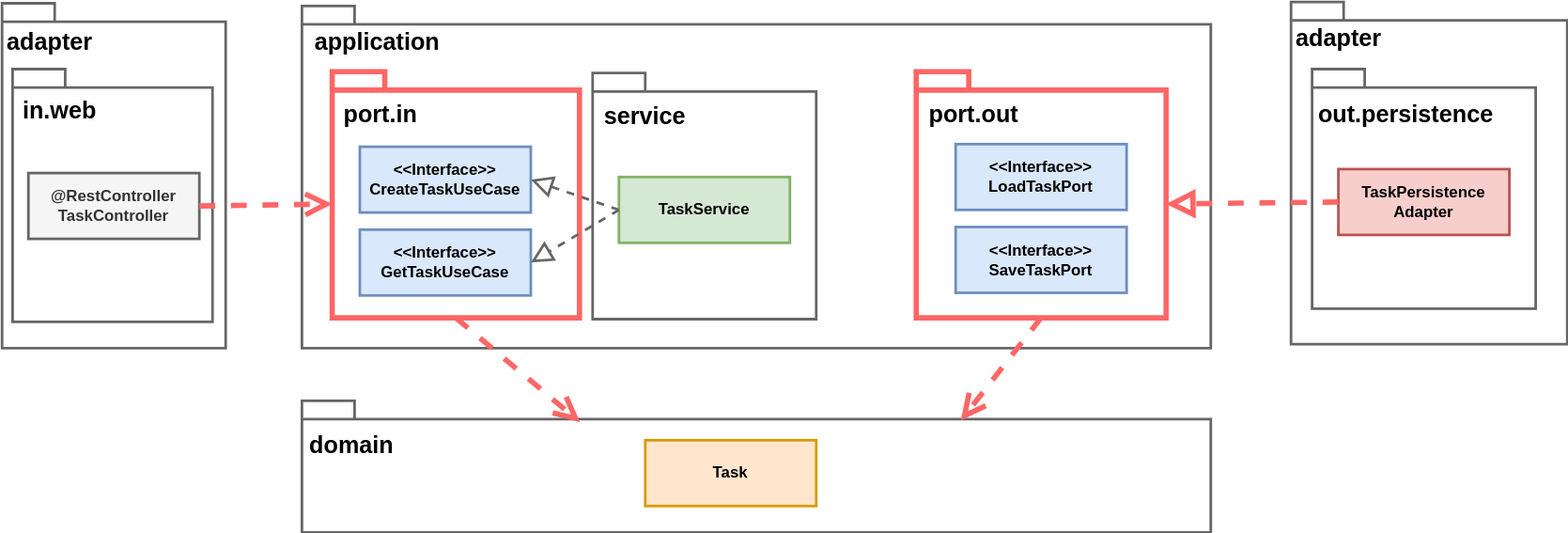
Above: src/img/blogs/2025/1208_hexagonal_four_questions/04_hexagonal.drawio.svg in mamezou-tech/mamezou-tech-site (draw.io), before the change. Source tidied: cells renumbered, new cells last; positions are measured from the earlier drawing's top-left corner, leaving out a move shared by most shapes. The source it was exported from:
```xml
<mxGraphModel>
  <root>
    <mxCell id="0" />
    <mxCell id="1" parent="0" />
    <mxCell id="2" style="shape=folder;fontStyle=1;spacingTop=10;tabWidth=40;tabHeight=14;tabPosition=left;html=1;whiteSpace=wrap;labelPosition=left;verticalLabelPosition=top;align=right;verticalAlign=bottom;strokeWidth=2;strokeColor=#666666;" parent="1" vertex="1">
      <mxGeometry x="980" width="210" height="260" as="geometry" />
    </mxCell>
    <mxCell id="3" style="shape=folder;fontStyle=1;spacingTop=10;tabWidth=40;tabHeight=14;tabPosition=left;html=1;whiteSpace=wrap;labelPosition=left;verticalLabelPosition=top;align=right;verticalAlign=bottom;strokeWidth=2;strokeColor=#666666;" parent="1" vertex="1">
      <mxGeometry x="228" y="3" width="691" height="260" as="geometry" />
    </mxCell>
    <mxCell id="4" style="shape=folder;fontStyle=1;spacingTop=10;tabWidth=40;tabHeight=14;tabPosition=left;html=1;whiteSpace=wrap;labelPosition=left;verticalLabelPosition=top;align=right;verticalAlign=bottom;strokeWidth=4;strokeColor=#FF6666;" parent="1" vertex="1">
      <mxGeometry x="251" y="53" width="188" height="187" as="geometry" />
    </mxCell>
    <mxCell id="5" value="&lt;div&gt;&amp;lt;&amp;lt;Interface&amp;gt;&amp;gt;&lt;/div&gt;CreateTaskUseCase" style="html=1;whiteSpace=wrap;fillColor=#dae8fc;strokeColor=#6c8ebf;strokeWidth=2;fontStyle=1;" parent="1" vertex="1">
      <mxGeometry x="272" y="110" width="130" height="50" as="geometry" />
    </mxCell>
    <mxCell id="6" value="&lt;div&gt;&amp;lt;&amp;lt;Interface&amp;gt;&amp;gt;&lt;/div&gt;GetTaskUseCase" style="html=1;whiteSpace=wrap;fillColor=#dae8fc;strokeColor=#6c8ebf;strokeWidth=2;fontStyle=1;" parent="1" vertex="1">
      <mxGeometry x="272" y="173" width="130" height="50" as="geometry" />
    </mxCell>
    <mxCell id="7" value="port.in" style="text;html=1;align=center;verticalAlign=middle;whiteSpace=wrap;rounded=0;fontSize=18;fontStyle=1;" parent="1" vertex="1">
      <mxGeometry x="258" y="71" width="60" height="30" as="geometry" />
    </mxCell>
    <mxCell id="8" value="application" style="text;html=1;align=left;verticalAlign=middle;whiteSpace=wrap;rounded=0;fontSize=18;fontStyle=1;" parent="1" vertex="1">
      <mxGeometry x="236" y="16" width="60" height="30" as="geometry" />
    </mxCell>
    <mxCell id="9" style="shape=folder;fontStyle=1;spacingTop=10;tabWidth=40;tabHeight=14;tabPosition=left;html=1;whiteSpace=wrap;labelPosition=left;verticalLabelPosition=top;align=right;verticalAlign=bottom;strokeWidth=4;strokeColor=#FF6666;" parent="1" vertex="1">
      <mxGeometry x="695" y="53" width="190" height="187" as="geometry" />
    </mxCell>
    <mxCell id="10" value="&lt;div&gt;&amp;lt;&amp;lt;Interface&amp;gt;&amp;gt;&lt;/div&gt;&lt;div&gt;LoadTaskPort&lt;/div&gt;" style="html=1;whiteSpace=wrap;fillColor=#dae8fc;strokeColor=#6c8ebf;strokeWidth=2;fontStyle=1;" parent="1" vertex="1">
      <mxGeometry x="725" y="108" width="130" height="50" as="geometry" />
    </mxCell>
    <mxCell id="11" value="&lt;div&gt;&amp;lt;&amp;lt;Interface&amp;gt;&amp;gt;&lt;/div&gt;&lt;div&gt;SaveTaskPort&lt;/div&gt;" style="html=1;whiteSpace=wrap;fillColor=#dae8fc;strokeColor=#6c8ebf;strokeWidth=2;fontStyle=1;" parent="1" vertex="1">
      <mxGeometry x="725" y="171" width="130" height="50" as="geometry" />
    </mxCell>
    <mxCell id="12" value="port.out" style="text;html=1;align=left;verticalAlign=middle;whiteSpace=wrap;rounded=0;fontSize=18;fontStyle=1;" parent="1" vertex="1">
      <mxGeometry x="703" y="71" width="60" height="30" as="geometry" />
    </mxCell>
    <mxCell id="13" style="shape=folder;fontStyle=1;spacingTop=10;tabWidth=40;tabHeight=14;tabPosition=left;html=1;whiteSpace=wrap;labelPosition=left;verticalLabelPosition=top;align=right;verticalAlign=bottom;strokeWidth=2;strokeColor=#666666;" parent="1" vertex="1">
      <mxGeometry x="449" y="54" width="170" height="187" as="geometry" />
    </mxCell>
    <mxCell id="14" value="TaskService&lt;div&gt;&lt;/div&gt;" style="html=1;whiteSpace=wrap;fillColor=#d5e8d4;strokeColor=#82b366;strokeWidth=2;fontStyle=1;" parent="1" vertex="1">
      <mxGeometry x="469" y="133" width="130" height="50" as="geometry" />
    </mxCell>
    <mxCell id="15" style="endArrow=block;dashed=1;endFill=0;endSize=12;html=1;entryX=1;entryY=0.5;entryDx=0;entryDy=0;exitX=0;exitY=0.5;exitDx=0;exitDy=0;strokeColor=#666666;strokeWidth=2;" parent="1" edge="1" source="14" target="5">
      <mxGeometry relative="1" as="geometry" />
    </mxCell>
    <mxCell id="16" style="endArrow=block;dashed=1;endFill=0;endSize=12;html=1;entryX=1;entryY=0.5;entryDx=0;entryDy=0;exitX=0;exitY=0.5;exitDx=0;exitDy=0;strokeColor=#666666;strokeWidth=2;" parent="1" edge="1" source="14" target="6">
      <mxGeometry relative="1" as="geometry" />
    </mxCell>
    <mxCell id="17" value="service" style="text;html=1;align=center;verticalAlign=middle;whiteSpace=wrap;rounded=0;fontSize=18;fontStyle=1;" parent="1" vertex="1">
      <mxGeometry x="459" y="72" width="60" height="30" as="geometry" />
    </mxCell>
    <mxCell id="18" style="shape=folder;fontStyle=1;spacingTop=10;tabWidth=40;tabHeight=14;tabPosition=left;html=1;whiteSpace=wrap;labelPosition=left;verticalLabelPosition=top;align=right;verticalAlign=bottom;strokeWidth=2;strokeColor=#666666;" parent="1" vertex="1">
      <mxGeometry y="1" width="170" height="262" as="geometry" />
    </mxCell>
    <mxCell id="19" style="shape=folder;fontStyle=1;spacingTop=10;tabWidth=40;tabHeight=14;tabPosition=left;html=1;whiteSpace=wrap;labelPosition=left;verticalLabelPosition=top;align=right;verticalAlign=bottom;strokeWidth=2;strokeColor=#666666;" parent="1" vertex="1">
      <mxGeometry x="8" y="51" width="152" height="192" as="geometry" />
    </mxCell>
    <mxCell id="20" value="in.web" style="text;html=1;align=left;verticalAlign=middle;whiteSpace=wrap;rounded=0;fontSize=18;fontStyle=1;" parent="1" vertex="1">
      <mxGeometry x="14" y="68" width="60" height="30" as="geometry" />
    </mxCell>
    <mxCell id="21" value="&lt;div&gt;@RestController&lt;/div&gt;TaskController&lt;div&gt;&lt;/div&gt;" style="html=1;whiteSpace=wrap;fillColor=#f5f5f5;strokeColor=#666666;strokeWidth=2;fontStyle=1;fontColor=#333333;" parent="1" vertex="1">
      <mxGeometry x="20" y="130" width="130" height="50" as="geometry" />
    </mxCell>
    <mxCell id="22" value="adapter" style="text;html=1;align=left;verticalAlign=middle;whiteSpace=wrap;rounded=0;fontSize=18;fontStyle=1;" parent="1" vertex="1">
      <mxGeometry x="2" y="16" width="60" height="30" as="geometry" />
    </mxCell>
    <mxCell id="23" style="shape=folder;fontStyle=1;spacingTop=10;tabWidth=40;tabHeight=14;tabPosition=left;html=1;whiteSpace=wrap;labelPosition=left;verticalLabelPosition=top;align=right;verticalAlign=bottom;strokeWidth=2;strokeColor=#666666;" parent="1" vertex="1">
      <mxGeometry x="996" y="51" width="170" height="182" as="geometry" />
    </mxCell>
    <mxCell id="24" value="out.persistence" style="text;html=1;align=left;verticalAlign=middle;whiteSpace=wrap;rounded=0;fontSize=18;fontStyle=1;" parent="1" vertex="1">
      <mxGeometry x="999" y="71" width="60" height="30" as="geometry" />
    </mxCell>
    <mxCell id="25" value="TaskPersistence&lt;div&gt;&lt;/div&gt;&lt;div&gt;&lt;/div&gt;&lt;div&gt;Adapter&lt;/div&gt;" style="html=1;whiteSpace=wrap;fillColor=#f8cecc;strokeColor=#b85450;strokeWidth=2;fontStyle=1;" parent="1" vertex="1">
      <mxGeometry x="1016" y="127" width="130" height="50" as="geometry" />
    </mxCell>
    <mxCell id="26" value="adapter" style="text;html=1;align=left;verticalAlign=middle;whiteSpace=wrap;rounded=0;fontSize=18;fontStyle=1;" parent="1" vertex="1">
      <mxGeometry x="982" y="13" width="60" height="30" as="geometry" />
    </mxCell>
    <mxCell id="27" style="endArrow=block;dashed=1;endFill=0;endSize=12;html=1;exitX=0;exitY=0.5;exitDx=0;exitDy=0;entryX=0;entryY=0;entryDx=190;entryDy=100.5;strokeWidth=4;strokeColor=#FF6666;entryPerimeter=0;" parent="1" edge="1" source="25" target="9">
      <mxGeometry relative="1" as="geometry" />
    </mxCell>
    <mxCell id="28" style="endArrow=open;endSize=12;dashed=1;html=1;exitX=1;exitY=0.5;exitDx=0;exitDy=0;entryX=0;entryY=0;entryDx=0;entryDy=100.5;entryPerimeter=0;strokeWidth=4;strokeColor=#FF6666;" parent="1" edge="1" source="21" target="4">
      <mxGeometry x="0.01" relative="1" as="geometry" />
    </mxCell>
    <mxCell id="29" style="shape=folder;fontStyle=1;spacingTop=10;tabWidth=40;tabHeight=14;tabPosition=left;html=1;whiteSpace=wrap;labelPosition=left;verticalLabelPosition=top;align=right;verticalAlign=bottom;strokeWidth=2;strokeColor=#666666;" parent="1" vertex="1">
      <mxGeometry x="228" y="303" width="691" height="100" as="geometry" />
    </mxCell>
    <mxCell id="30" value="domain" style="text;html=1;align=left;verticalAlign=middle;whiteSpace=wrap;rounded=0;fontSize=18;fontStyle=1;" parent="1" vertex="1">
      <mxGeometry x="232" y="322" width="60" height="30" as="geometry" />
    </mxCell>
    <mxCell id="31" value="Task" style="html=1;whiteSpace=wrap;fillColor=#ffe6cc;strokeColor=#d79b00;strokeWidth=2;fontStyle=1;" parent="1" vertex="1">
      <mxGeometry x="489" y="333" width="130" height="50" as="geometry" />
    </mxCell>
    <mxCell id="32" style="endArrow=open;endSize=12;dashed=1;html=1;exitX=0.5;exitY=1;exitDx=0;exitDy=0;exitPerimeter=0;entryX=0.306;entryY=0.163;entryDx=0;entryDy=0;entryPerimeter=0;strokeWidth=4;strokeColor=#FF6666;" parent="1" edge="1" source="4" target="29">
      <mxGeometry relative="1" as="geometry" />
    </mxCell>
    <mxCell id="33" style="endArrow=open;endSize=12;dashed=1;html=1;exitX=0.5;exitY=1;exitDx=0;exitDy=0;exitPerimeter=0;entryX=0.725;entryY=0.15;entryDx=0;entryDy=0;entryPerimeter=0;strokeWidth=4;strokeColor=#FF6666;" parent="1" edge="1" source="9" target="29">
      <mxGeometry relative="1" as="geometry" />
    </mxCell>
  </root>
</mxGraphModel>
```
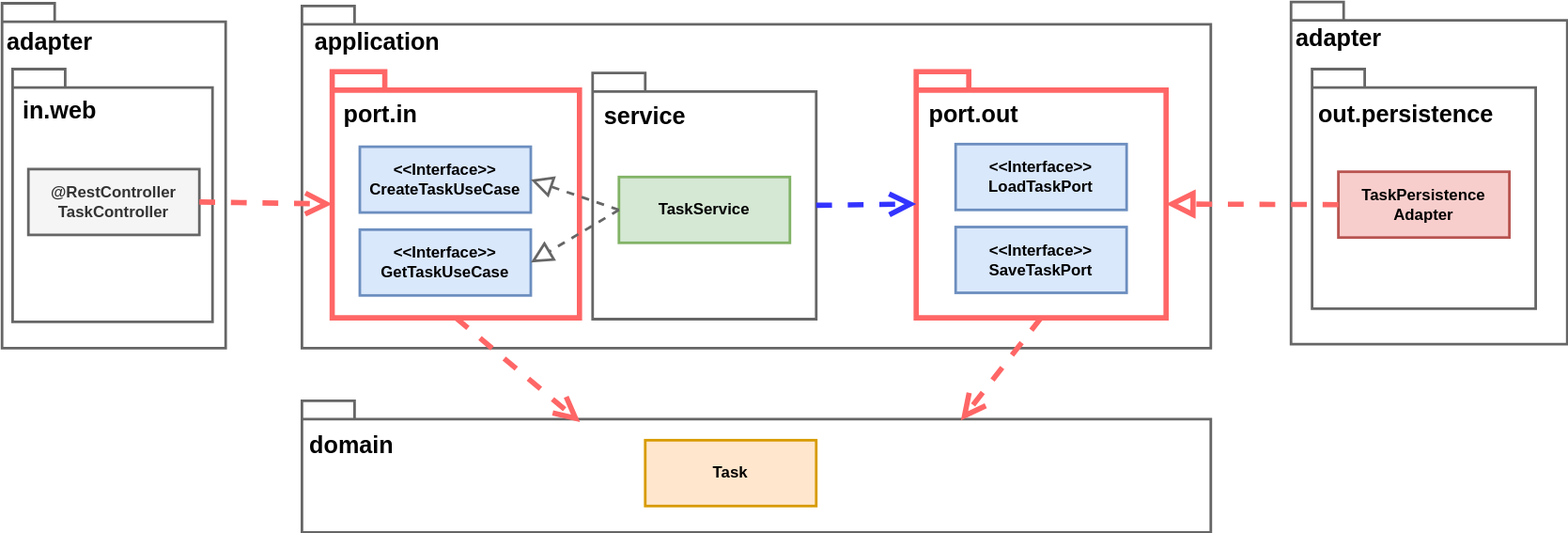
The same diagram one commit later.

Diff of the diagram source:
```diff
@@ -60,7 +60,7 @@
       <mxGeometry x="14" y="68" width="60" height="30" as="geometry" />
     </mxCell>
     <mxCell id="21" value="&lt;div&gt;@RestController&lt;/div&gt;TaskController&lt;div&gt;&lt;/div&gt;" style="html=1;whiteSpace=wrap;fillColor=#f5f5f5;strokeColor=#666666;strokeWidth=2;fontStyle=1;fontColor=#333333;" parent="1" vertex="1">
-      <mxGeometry x="20" y="130" width="130" height="50" as="geometry" />
+      <mxGeometry x="20" y="127" width="130" height="50" as="geometry" />
     </mxCell>
     <mxCell id="22" value="adapter" style="text;html=1;align=left;verticalAlign=middle;whiteSpace=wrap;rounded=0;fontSize=18;fontStyle=1;" parent="1" vertex="1">
       <mxGeometry x="2" y="16" width="60" height="30" as="geometry" />
@@ -72,7 +72,7 @@
       <mxGeometry x="999" y="71" width="60" height="30" as="geometry" />
     </mxCell>
     <mxCell id="25" value="TaskPersistence&lt;div&gt;&lt;/div&gt;&lt;div&gt;&lt;/div&gt;&lt;div&gt;Adapter&lt;/div&gt;" style="html=1;whiteSpace=wrap;fillColor=#f8cecc;strokeColor=#b85450;strokeWidth=2;fontStyle=1;" parent="1" vertex="1">
-      <mxGeometry x="1016" y="127" width="130" height="50" as="geometry" />
+      <mxGeometry x="1016" y="129" width="130" height="50" as="geometry" />
     </mxCell>
     <mxCell id="26" value="adapter" style="text;html=1;align=left;verticalAlign=middle;whiteSpace=wrap;rounded=0;fontSize=18;fontStyle=1;" parent="1" vertex="1">
       <mxGeometry x="982" y="13" width="60" height="30" as="geometry" />
@@ -98,5 +98,8 @@
     <mxCell id="33" style="endArrow=open;endSize=12;dashed=1;html=1;exitX=0.5;exitY=1;exitDx=0;exitDy=0;exitPerimeter=0;entryX=0.725;entryY=0.15;entryDx=0;entryDy=0;entryPerimeter=0;strokeWidth=4;strokeColor=#FF6666;" parent="1" edge="1" source="9" target="29">
       <mxGeometry relative="1" as="geometry" />
     </mxCell>
+    <mxCell id="34" style="endArrow=open;endSize=12;dashed=1;html=1;exitX=0;exitY=0;exitDx=170;exitDy=100.5;entryX=0;entryY=0;entryDx=0;entryDy=100.5;entryPerimeter=0;strokeWidth=4;strokeColor=#3333FF;exitPerimeter=0;" parent="1" edge="1" source="13" target="9">
+      <mxGeometry x="0.01" relative="1" as="geometry" />
+    </mxCell>
   </root>
 </mxGraphModel>
```
